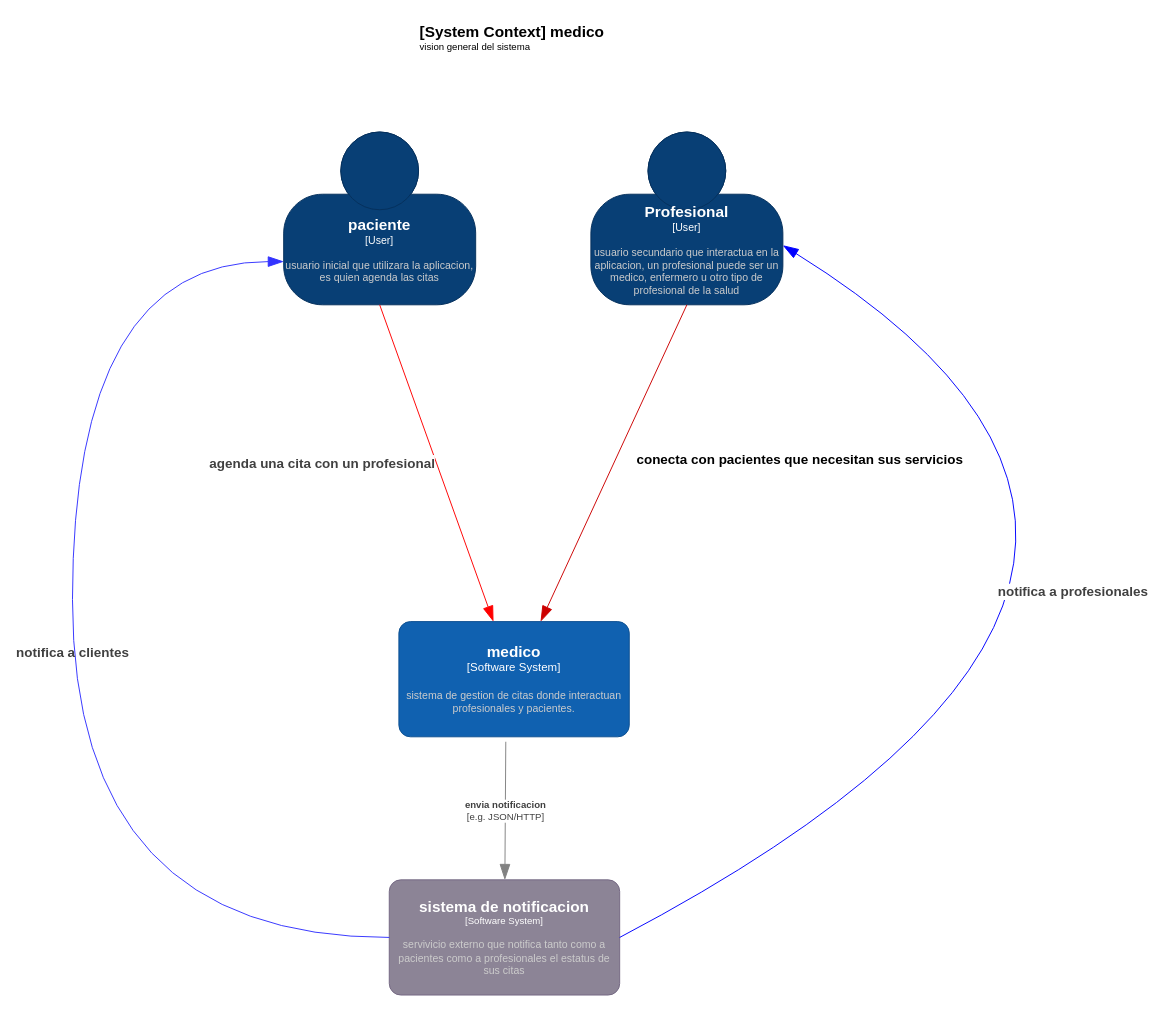
Above: page "Página-1" (1 of 2) of Diagrama sin título.drawio in malejandro80/medico-back (draw.io), before the change. Source tidied: cells renumbered, new cells numbered last; positions are measured from the earlier drawing's top-left corner, leaving out a move shared by most shapes. Both pictures are drawn from the tidied source at 96%, with x=0, y=0 at pixel (72, 16).
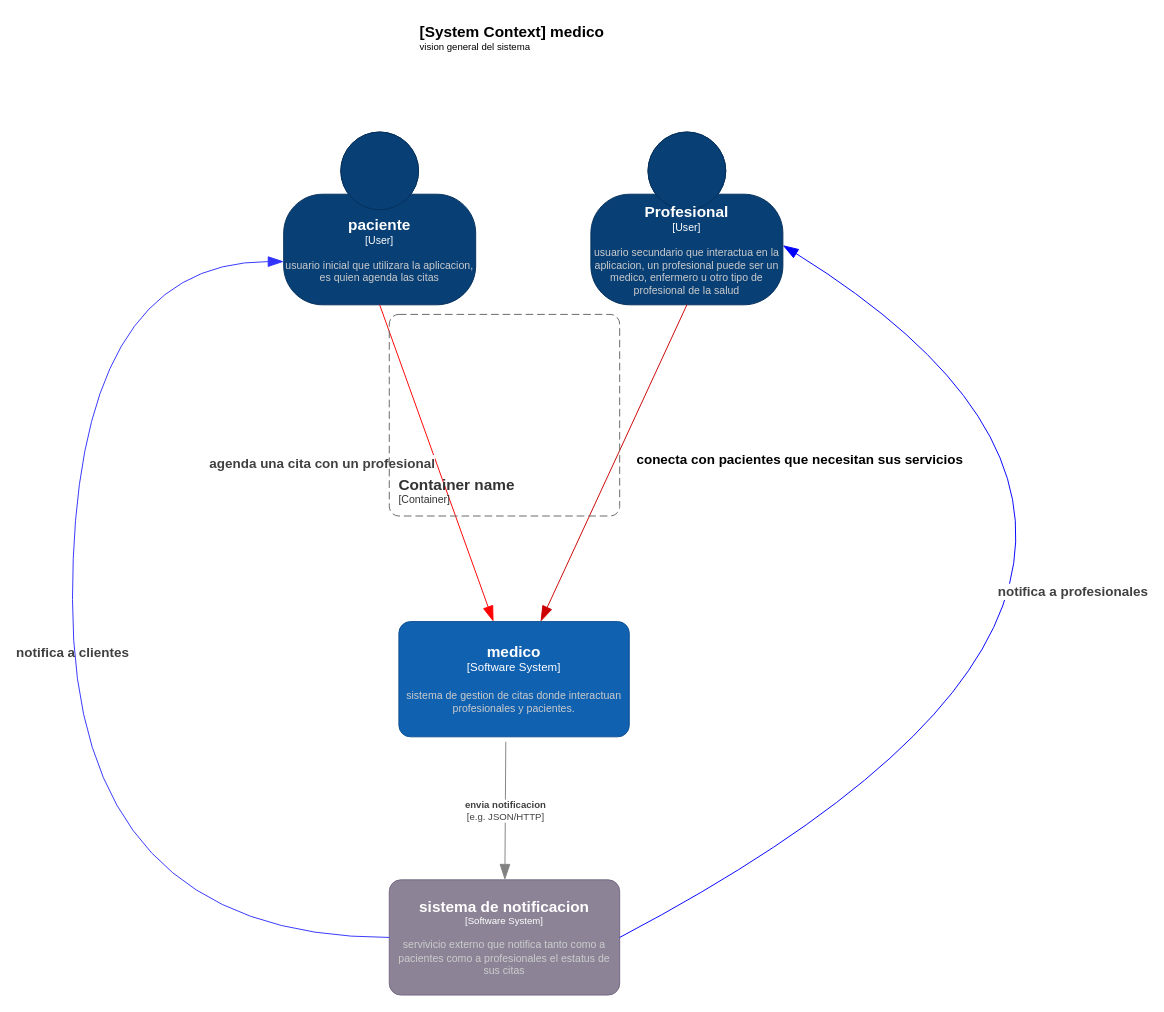
The same page after the edit.

Commit message:
diagrama de contenedores

The edit, as a diff of the source:
```diff
@@
+    <object id="12" label="&lt;font style=&quot;font-size: 16px&quot;&gt;&lt;b&gt;&lt;div style=&quot;text-align: left&quot;&gt;%c4Name%&lt;/div&gt;&lt;/b&gt;&lt;/font&gt;&lt;div style=&quot;text-align: left&quot;&gt;[%c4Application%]&lt;/div&gt;" c4Application="Container" c4Name="Container name" placeholders="1">
+      <mxCell style="rounded=1;fontSize=11;whiteSpace=wrap;html=1;dashed=1;arcSize=20;fillColor=none;strokeColor=#666666;fontColor=#333333;labelBackgroundColor=none;align=left;verticalAlign=bottom;labelBorderColor=none;spacingTop=0;spacing=10;dashPattern=8 4;perimeter=rectanglePerimeter;noLabel=0;labelPadding=0;absoluteArcSize=1;" parent="1" vertex="1">
+        <mxGeometry x="330" y="310" width="240" height="210" as="geometry" />
+      </mxCell>
+    </object>
```
